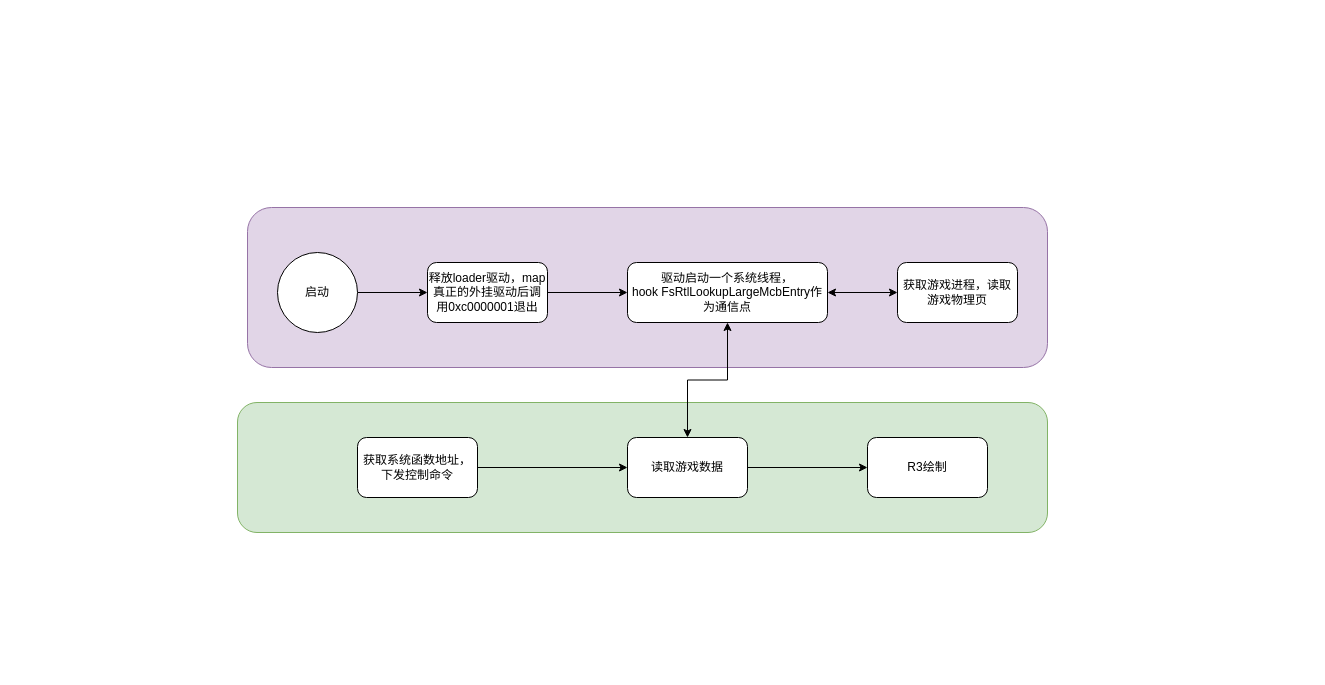
Earlier version of the draw.io diagram testDirectory/加密狗.drawio (Moose1273/-). Source tidied: cells renumbered, new cells numbered last; positions are measured from the earlier drawing's top-left corner, leaving out a move shared by most shapes. Both pictures are drawn from the tidied source at 100%, with x=0, y=0 at pixel (237, 207).
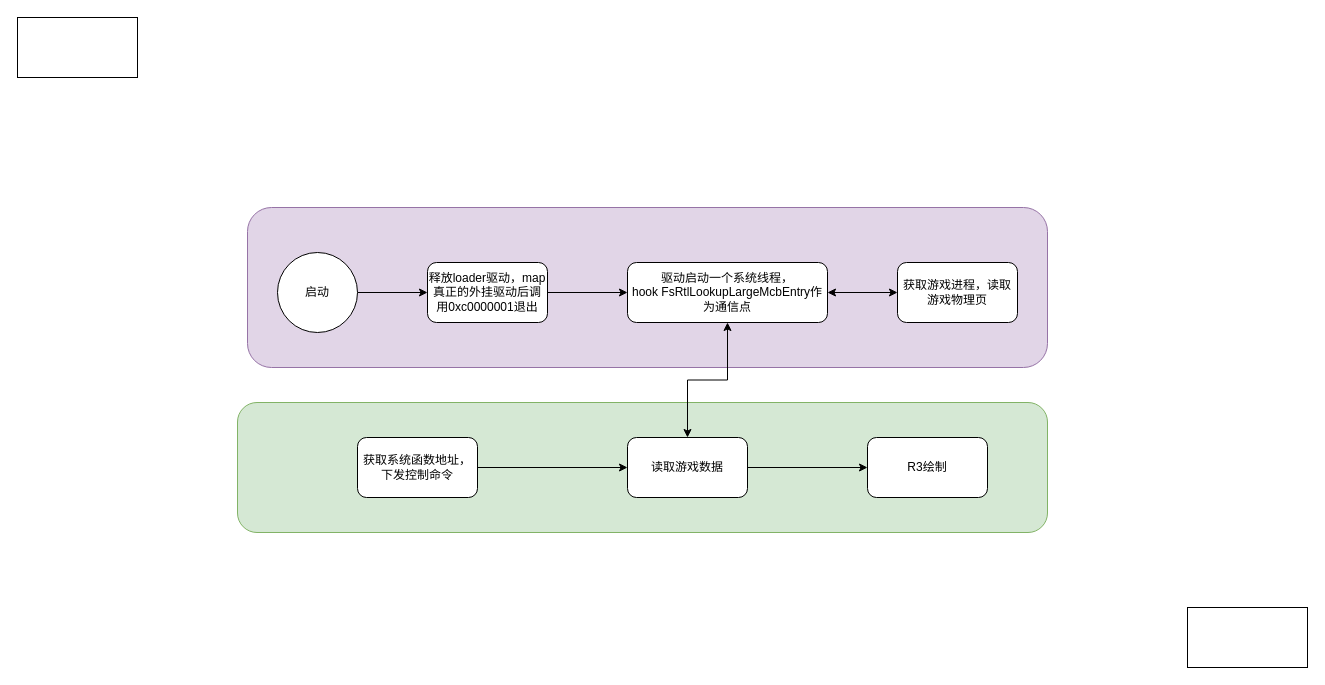
Above is the later version.

Commit message (it also covers changes not shown here):
更新加密狗.drawio

Diff of the diagram source:
```diff
@@
 <mxGraphModel>
   <root>
     <mxCell id="0" />
     <mxCell id="1" parent="0" />
     <mxCell id="2" style="rounded=1;whiteSpace=wrap;html=1;fillColor=#d5e8d4;strokeColor=#82b366;" parent="1" vertex="1">
       <mxGeometry y="195" width="810" height="130" as="geometry" />
     </mxCell>
     <mxCell id="3" style="rounded=1;whiteSpace=wrap;html=1;fillColor=#e1d5e7;strokeColor=#9673a6;" parent="1" vertex="1">
       <mxGeometry x="10" width="800" height="160" as="geometry" />
     </mxCell>
     <mxCell id="4" style="edgeStyle=orthogonalEdgeStyle;rounded=0;jettySize=auto;html=1;" parent="1" edge="1" source="5" target="7">
       <mxGeometry relative="1" as="geometry" />
     </mxCell>
     <mxCell id="5" value="启动" style="ellipse;whiteSpace=wrap;html=1;" parent="1" vertex="1">
       <mxGeometry x="40" y="45" width="80" height="80" as="geometry" />
     </mxCell>
     <mxCell id="6" style="edgeStyle=orthogonalEdgeStyle;rounded=0;jettySize=auto;html=1;" parent="1" edge="1" source="7" target="9">
       <mxGeometry relative="1" as="geometry" />
     </mxCell>
     <mxCell id="7" value="释放loader驱动，map真正的外挂驱动后调用0xc0000001退出" style="rounded=1;whiteSpace=wrap;html=1;" parent="1" vertex="1">
       <mxGeometry x="190" y="55" width="120" height="60" as="geometry" />
     </mxCell>
     <mxCell id="8" style="edgeStyle=orthogonalEdgeStyle;rounded=0;jettySize=auto;html=1;startArrow=classic;startFill=1;" parent="1" edge="1" source="9" target="10">
       <mxGeometry relative="1" as="geometry" />
     </mxCell>
     <mxCell id="9" value="驱动启动一个系统线程，hook&amp;nbsp;FsRtlLookupLargeMcbEntry作为通信点" style="whiteSpace=wrap;html=1;rounded=1;" parent="1" vertex="1">
       <mxGeometry x="390" y="55" width="200" height="60" as="geometry" />
     </mxCell>
     <mxCell id="10" value="获取游戏进程，读取游戏物理页" style="whiteSpace=wrap;html=1;rounded=1;" parent="1" vertex="1">
       <mxGeometry x="660" y="55" width="120" height="60" as="geometry" />
     </mxCell>
     <mxCell id="11" style="edgeStyle=orthogonalEdgeStyle;rounded=0;jettySize=auto;html=1;" parent="1" edge="1" source="12" target="15">
       <mxGeometry relative="1" as="geometry" />
     </mxCell>
     <mxCell id="12" value="获取系统函数地址，下发控制命令" style="rounded=1;whiteSpace=wrap;html=1;" parent="1" vertex="1">
       <mxGeometry x="120" y="230" width="120" height="60" as="geometry" />
     </mxCell>
     <mxCell id="13" style="edgeStyle=orthogonalEdgeStyle;rounded=0;jettySize=auto;html=1;entryX=0.5;entryY=1;entryDx=0;entryDy=0;startArrow=classic;startFill=1;" parent="1" edge="1" source="15" target="9">
       <mxGeometry relative="1" as="geometry" />
     </mxCell>
     <mxCell id="14" style="edgeStyle=orthogonalEdgeStyle;rounded=0;jettySize=auto;html=1;" parent="1" edge="1" source="15" target="16">
       <mxGeometry relative="1" as="geometry" />
     </mxCell>
     <mxCell id="15" value="读取游戏数据" style="whiteSpace=wrap;html=1;rounded=1;" parent="1" vertex="1">
       <mxGeometry x="390" y="230" width="120" height="60" as="geometry" />
     </mxCell>
     <mxCell id="16" value="R3绘制" style="whiteSpace=wrap;html=1;rounded=1;" parent="1" vertex="1">
       <mxGeometry x="630" y="230" width="120" height="60" as="geometry" />
     </mxCell>
+    <mxCell id="17" style="rounded=0;whiteSpace=wrap;html=1;" parent="1" vertex="1">
+      <mxGeometry x="-220" y="-190" width="120" height="60" as="geometry" />
+    </mxCell>
+    <mxCell id="18" style="rounded=0;whiteSpace=wrap;html=1;" parent="1" vertex="1">
+      <mxGeometry x="950" y="400" width="120" height="60" as="geometry" />
+    </mxCell>
   </root>
 </mxGraphModel>
```
